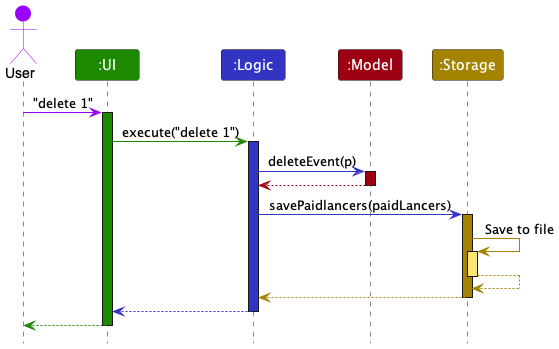
This is docs/images/ArchitectureSequenceDiagram.png from nus-cs2103-AY2223S2/tp, a PlantUML export, as it was before one commit.
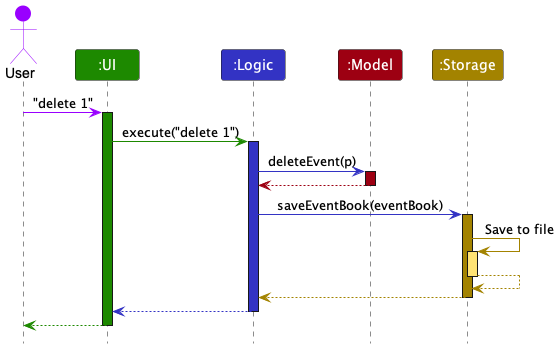
After the change.

The edit, as a diff of the source:
```diff
@@ -19,7 +19,7 @@
 model -[MODEL_COLOR]-> logic
 deactivate model
 
-logic -[LOGIC_COLOR]> storage : savePaidlancers(paidLancers)
+logic -[LOGIC_COLOR]> storage : saveEventBook(eventBook)
 activate storage STORAGE_COLOR
 
 storage -[STORAGE_COLOR]> storage : Save to file
```
